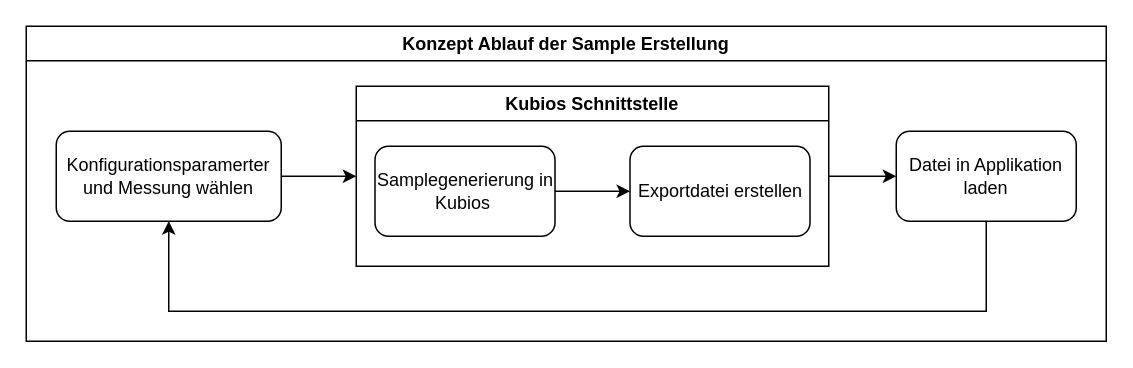
Above: images/konzeptSamples.drawio in jonakr/Studienarbeit (draw.io), before the change. Source tidied: cells renumbered, new cells numbered last; positions are measured from the earlier drawing's top-left corner, leaving out a move shared by most shapes. Both pictures are drawn from the tidied source at 150%, with x=0, y=0 at pixel (26, 26).
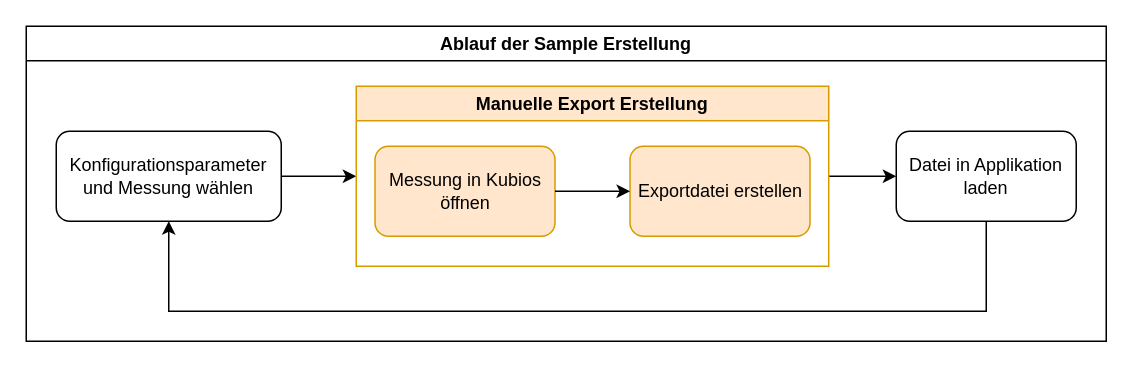
After the change.

Diff of the diagram source:
```diff
@@
 <mxGraphModel>
   <root>
     <mxCell id="0" />
     <mxCell id="1" parent="0" />
-    <mxCell id="2" value="Konzept Ablauf der Sample Erstellung" style="swimlane;" parent="1" vertex="1">
+    <mxCell id="2" value="Ablauf der Sample Erstellung" style="swimlane;" parent="1" vertex="1">
       <mxGeometry width="720" height="210" as="geometry" />
     </mxCell>
     <mxCell id="3" style="edgeStyle=orthogonalEdgeStyle;rounded=0;jettySize=auto;html=1;entryX=0;entryY=0.5;entryDx=0;entryDy=0;" parent="2" edge="1" source="4" target="11">
       <mxGeometry relative="1" as="geometry" />
     </mxCell>
-    <mxCell id="4" value="Konfigurationsparamerter und Messung wählen" style="rounded=1;whiteSpace=wrap;html=1;" parent="2" vertex="1">
+    <mxCell id="4" value="Konfigurationsparameter und Messung wählen" style="rounded=1;whiteSpace=wrap;html=1;" parent="2" vertex="1">
       <mxGeometry x="20" y="70" width="150" height="60" as="geometry" />
     </mxCell>
     <mxCell id="5" style="edgeStyle=orthogonalEdgeStyle;rounded=0;jettySize=auto;html=1;entryX=0.5;entryY=1;entryDx=0;entryDy=0;" parent="2" edge="1" source="6" target="4">
       <mxGeometry relative="1" as="geometry">
         <Array as="points">
           <mxPoint x="640" y="190" />
           <mxPoint x="95" y="190" />
         </Array>
       </mxGeometry>
     </mxCell>
     <mxCell id="6" value="Datei in Applikation laden" style="rounded=1;whiteSpace=wrap;html=1;" parent="2" vertex="1">
       <mxGeometry x="580" y="70" width="120" height="60" as="geometry" />
     </mxCell>
-    <mxCell id="7" value="Samplegenerierung in Kubios&amp;nbsp;" style="rounded=1;whiteSpace=wrap;html=1;" parent="2" vertex="1">
+    <mxCell id="7" value="Messung in Kubios öffnen" style="rounded=1;whiteSpace=wrap;html=1;fillColor=#ffe6cc;strokeColor=#d79b00;" parent="2" vertex="1">
       <mxGeometry x="232.5" y="80" width="120" height="60" as="geometry" />
     </mxCell>
-    <mxCell id="8" value="Exportdatei erstellen" style="rounded=1;whiteSpace=wrap;html=1;" parent="2" vertex="1">
+    <mxCell id="8" value="Exportdatei erstellen" style="rounded=1;whiteSpace=wrap;html=1;fillColor=#ffe6cc;strokeColor=#d79b00;" parent="2" vertex="1">
       <mxGeometry x="402.5" y="80" width="120" height="60" as="geometry" />
     </mxCell>
     <mxCell id="9" style="edgeStyle=orthogonalEdgeStyle;rounded=0;jettySize=auto;html=1;entryX=0;entryY=0.5;entryDx=0;entryDy=0;" parent="2" edge="1" source="7" target="8">
       <mxGeometry relative="1" as="geometry" />
     </mxCell>
     <mxCell id="10" style="edgeStyle=orthogonalEdgeStyle;rounded=0;jettySize=auto;html=1;entryX=0;entryY=0.5;entryDx=0;entryDy=0;" parent="2" edge="1" source="11" target="6">
       <mxGeometry relative="1" as="geometry" />
     </mxCell>
-    <mxCell id="11" value="Kubios Schnittstelle" style="swimlane;" parent="2" vertex="1">
+    <mxCell id="11" value="Manuelle Export Erstellung" style="swimlane;fillColor=#ffe6cc;strokeColor=#d79b00;" parent="2" vertex="1">
       <mxGeometry x="220" y="40" width="315" height="120" as="geometry" />
     </mxCell>
   </root>
 </mxGraphModel>
```
